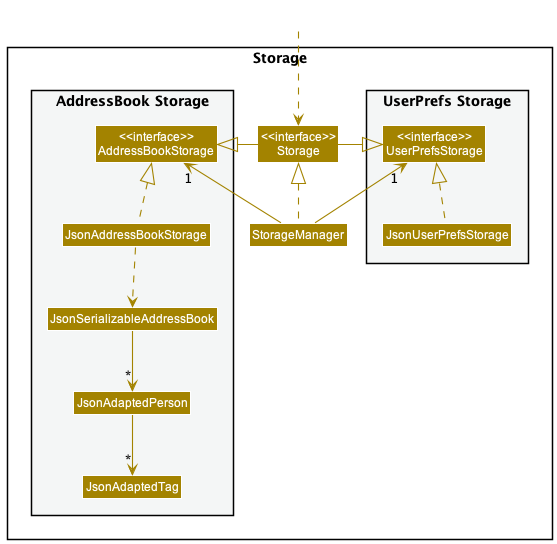
The PlantUML diagram docs/images/StorageClassDiagram.png in nus-cs2103-AY2223S2/tp, before a commit.
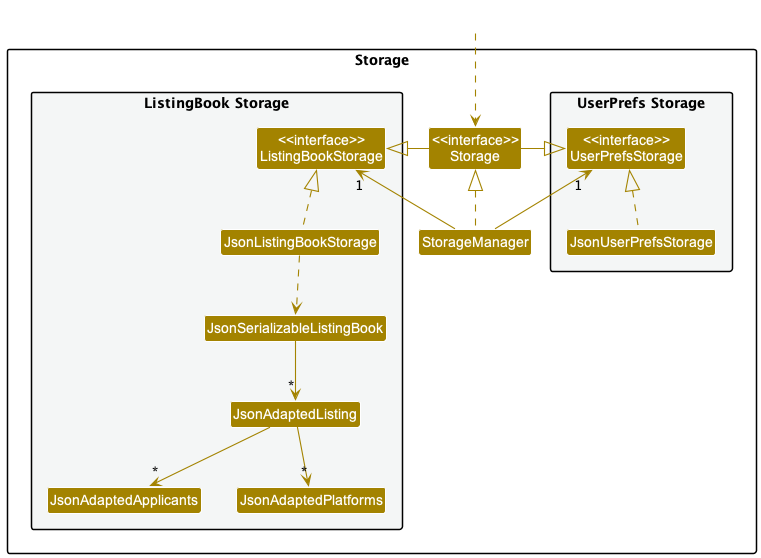
After the change.

Commit message:
Add Storage Command in DG

The edit, as a diff of the source:
```diff
@@ -14,12 +14,13 @@
 Class "<<interface>>\nStorage" as Storage
 Class StorageManager
 
-package "AddressBook Storage" #F4F6F6{
-Class "<<interface>>\nAddressBookStorage" as AddressBookStorage
-Class JsonAddressBookStorage
-Class JsonSerializableAddressBook
-Class JsonAdaptedPerson
-Class JsonAdaptedTag
+package "ListingBook Storage" #F4F6F6{
+Class "<<interface>>\nListingBookStorage" as ListingBookStorage
+Class JsonListingBookStorage
+Class JsonSerializableListingBook
+Class JsonAdaptedListing
+Class JsonAdaptedApplicants
+Class JsonAdaptedPlatforms
 }
 
 }
@@ -29,15 +30,16 @@
 
 StorageManager .up.|> Storage
 StorageManager -up-> "1" UserPrefsStorage
-StorageManager -up-> "1" AddressBookStorage
+StorageManager -up-> "1" ListingBookStorage
 
 Storage -left-|> UserPrefsStorage
-Storage -right-|> AddressBookStorage
+Storage -right-|> ListingBookStorage
 
 JsonUserPrefsStorage .up.|> UserPrefsStorage
-JsonAddressBookStorage .up.|> AddressBookStorage
-JsonAddressBookStorage ..> JsonSerializableAddressBook
-JsonSerializableAddressBook --> "*" JsonAdaptedPerson
-JsonAdaptedPerson --> "*" JsonAdaptedTag
+JsonListingBookStorage .up.|> ListingBookStorage
+JsonListingBookStorage ..> JsonSerializableListingBook
+JsonSerializableListingBook --> "*" JsonAdaptedListing
+JsonAdaptedListing --> "*" JsonAdaptedApplicants
+JsonAdaptedListing --> "*" JsonAdaptedPlatforms
 
 @enduml
```
